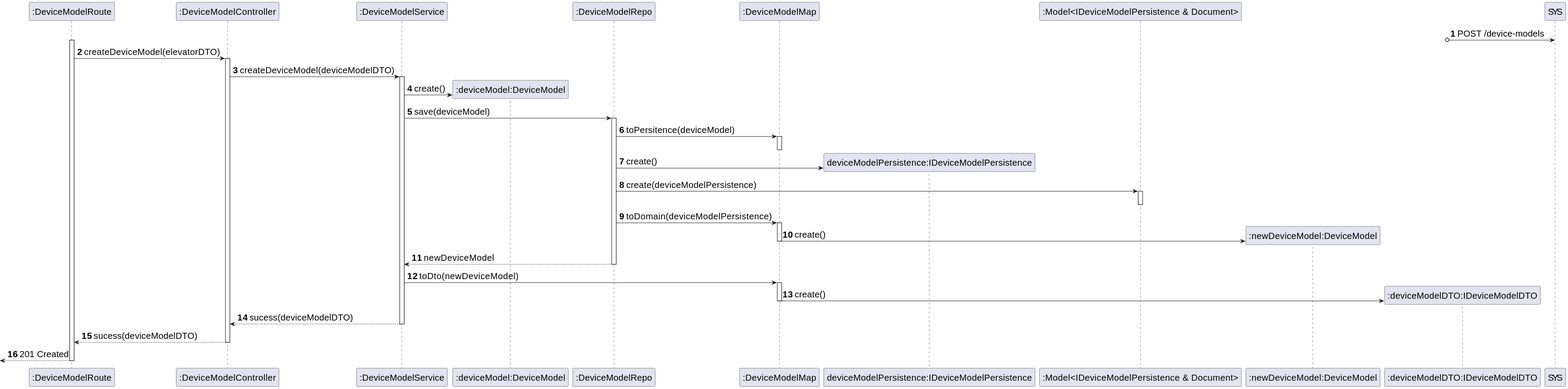
Above: _wiki/sprint-a/us19-360/views/level-3/assets/process-view.svg in miseEnPlace-dev/lapr5 (PlantUML), before the change. The source it was exported from:
```plantuml
@startuml
skinparamlocked defaultFontSize 20
autonumber
participant ROUTE as ":DeviceModelRoute"
participant CTRL as ":DeviceModelController"
participant SRV as ":DeviceModelService"
participant BUILD as ":deviceModel:DeviceModel"
participant REPO as ":DeviceModelRepo"
participant MAP as ":DeviceModelMap"
participant PERS as "deviceModelPersistence:IDeviceModelPersistence"
participant MODEL as ":Model<IDeviceModelPersistence & Document>"
participant NBUILD as ":newDeviceModel:DeviceModel"
participant DTO as ":deviceModelDTO:IDeviceModelDTO"

?o-> SYS : POST /device-models
activate ROUTE

ROUTE -> CTRL : createDeviceModel(elevatorDTO)
activate CTRL
CTRL -> SRV : createDeviceModel(deviceModelDTO)
activate SRV
SRV -> BUILD** : create()
SRV -> REPO : save(deviceModel)
activate REPO
REPO -> MAP : toPersitence(deviceModel)
activate MAP
deactivate MAP
REPO -> PERS** : create()
REPO -> MODEL : create(deviceModelPersistence)
activate MODEL
deactivate MODEL
REPO -> MAP : toDomain(deviceModelPersistence)
activate MAP
MAP -> NBUILD** : create()
deactivate MAP
REPO --> SRV : newDeviceModel
deactivate REPO
SRV -> MAP : toDto(newDeviceModel)
activate MAP
MAP -> DTO** : create()
deactivate MAP
SRV --> CTRL : sucess(deviceModelDTO)
deactivate SRV
CTRL --> ROUTE : sucess(deviceModelDTO)
deactivate CTRL
<-- ROUTE : 201 Created
deactivate ROUTE
@enduml
```
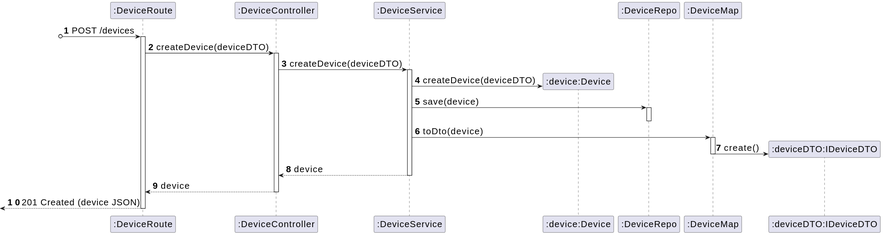
The same file after the commit.

Diff of the diagram source:
```diff
@@ -1,48 +1,32 @@
 @startuml
 skinparamlocked defaultFontSize 20
 autonumber
-participant ROUTE as ":DeviceModelRoute"
-participant CTRL as ":DeviceModelController"
-participant SRV as ":DeviceModelService"
-participant BUILD as ":deviceModel:DeviceModel"
-participant REPO as ":DeviceModelRepo"
-participant MAP as ":DeviceModelMap"
-participant PERS as "deviceModelPersistence:IDeviceModelPersistence"
-participant MODEL as ":Model<IDeviceModelPersistence & Document>"
-participant NBUILD as ":newDeviceModel:DeviceModel"
-participant DTO as ":deviceModelDTO:IDeviceModelDTO"
+participant route as ":DeviceRoute"
+participant controller as ":DeviceController"
+participant service as ":DeviceService"
+participant device as ":device:Device"
+participant device_repo as ":DeviceRepo"
+participant map as ":DeviceMap"
+participant dto as ":deviceDTO:IDeviceDTO"
 
-?o-> SYS : POST /device-models
-activate ROUTE
-
-ROUTE -> CTRL : createDeviceModel(elevatorDTO)
-activate CTRL
-CTRL -> SRV : createDeviceModel(deviceModelDTO)
-activate SRV
-SRV -> BUILD** : create()
-SRV -> REPO : save(deviceModel)
-activate REPO
-REPO -> MAP : toPersitence(deviceModel)
-activate MAP
-deactivate MAP
-REPO -> PERS** : create()
-REPO -> MODEL : create(deviceModelPersistence)
-activate MODEL
-deactivate MODEL
-REPO -> MAP : toDomain(deviceModelPersistence)
-activate MAP
-MAP -> NBUILD** : create()
-deactivate MAP
-REPO --> SRV : newDeviceModel
-deactivate REPO
-SRV -> MAP : toDto(newDeviceModel)
-activate MAP
-MAP -> DTO** : create()
-deactivate MAP
-SRV --> CTRL : sucess(deviceModelDTO)
-deactivate SRV
-CTRL --> ROUTE : sucess(deviceModelDTO)
-deactivate CTRL
-<-- ROUTE : 201 Created
-deactivate ROUTE
+?o-> route : POST /devices
+activate route
+route -> controller : createDevice(deviceDTO)
+activate controller
+controller -> service : createDevice(deviceDTO)
+activate service
+service -> device** : createDevice(deviceDTO)
+service -> device_repo : save(device)
+activate device_repo
+deactivate device_repo
+service -> map : toDto(device)
+activate map
+map -> dto** : create()
+deactivate map
+service --> controller : device
+deactivate service
+controller --> route : device
+deactivate controller
+<-- route : 201 Created (device JSON)
+deactivate route
 @enduml
```
